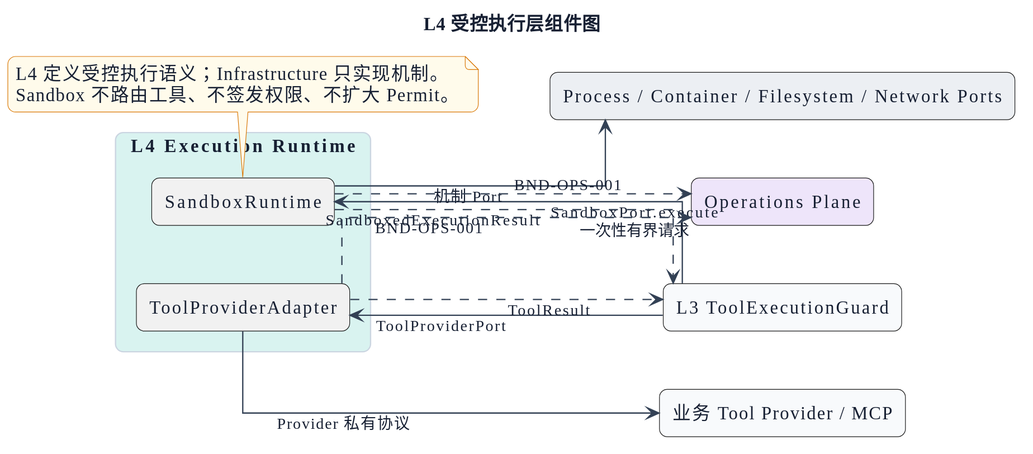
OscarChang46/pi keeps this PlantUML diagram as packages/lawclaw-agent-kernel/docs/design/diagrams/rendered/layers/05-l4-execution-runtime-components.svg. Above is the earlier version.
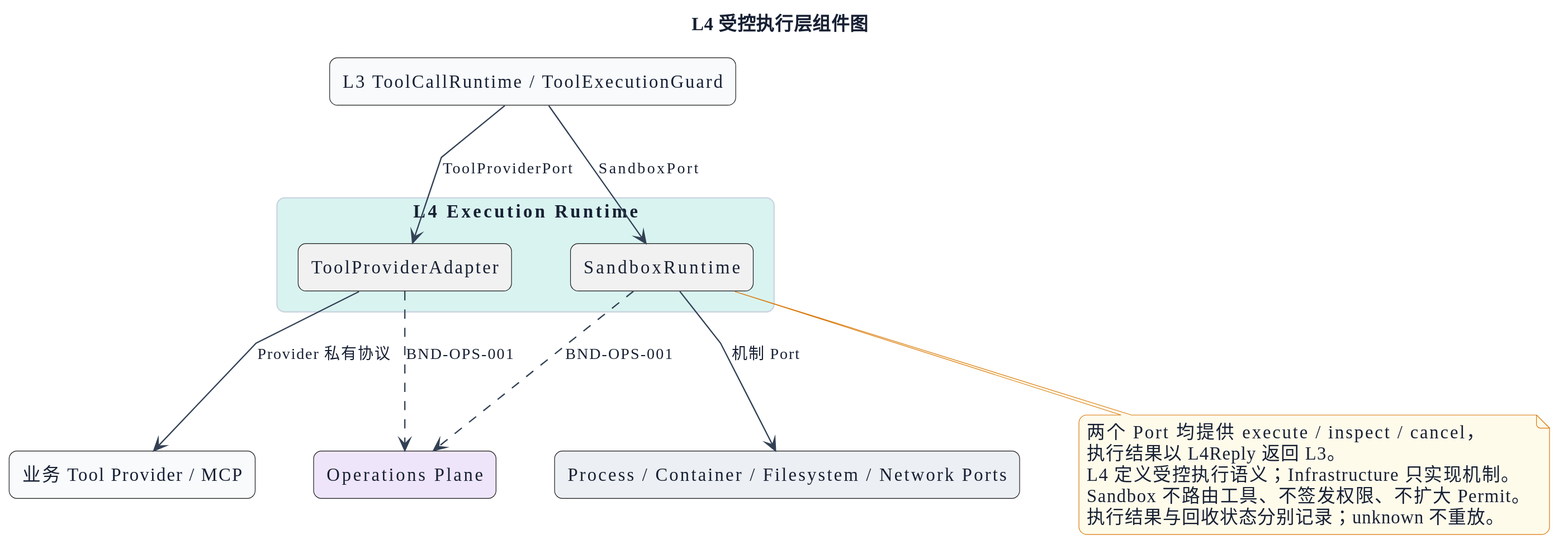
Later version of the same file.

The edit, as a diff of the source:
```diff
@@ -1,9 +1,11 @@
 @startuml
-!include ../theme.puml
+!include theme.puml
 title L4 受控执行层组件图
-left to right direction
+top to bottom direction
+skinparam linetype polyline
+skinparam ranksep 80
 
-rectangle "L3 ToolExecutionGuard" as L3 LC_EXTERNAL
+rectangle "L3 ToolCallRuntime / ToolExecutionGuard" as L3 LC_EXTERNAL
 package "L4 Execution Runtime" LC_ADAPTER {
   component "ToolProviderAdapter" as PROVIDER
   component "SandboxRuntime" as SANDBOX
@@ -12,17 +14,18 @@
 rectangle "Process / Container / Filesystem / Network Ports" as PROCESS LC_INFRASTRUCTURE
 rectangle "Operations Plane" as OPS LC_OPERATIONS
 
-L3 --> PROVIDER : ToolProviderPort
-L3 --> SANDBOX : SandboxPort.execute\n一次性有界请求
+L3 -down-> PROVIDER : ToolProviderPort
+L3 -down-> SANDBOX : SandboxPort
 PROVIDER --> TOOL_PROVIDER : Provider 私有协议
 SANDBOX --> PROCESS : 机制 Port
-PROVIDER ..> L3 : ToolResult
-SANDBOX ..> L3 : SandboxedExecutionResult
 PROVIDER ..> OPS : BND-OPS-001
 SANDBOX ..> OPS : BND-OPS-001
 
 note bottom of SANDBOX
+  两个 Port 均提供 execute / inspect / cancel，
+  执行结果以 L4Reply 返回 L3。
   L4 定义受控执行语义；Infrastructure 只实现机制。
   Sandbox 不路由工具、不签发权限、不扩大 Permit。
+  执行结果与回收状态分别记录；unknown 不重放。
 end note
 @enduml
```
